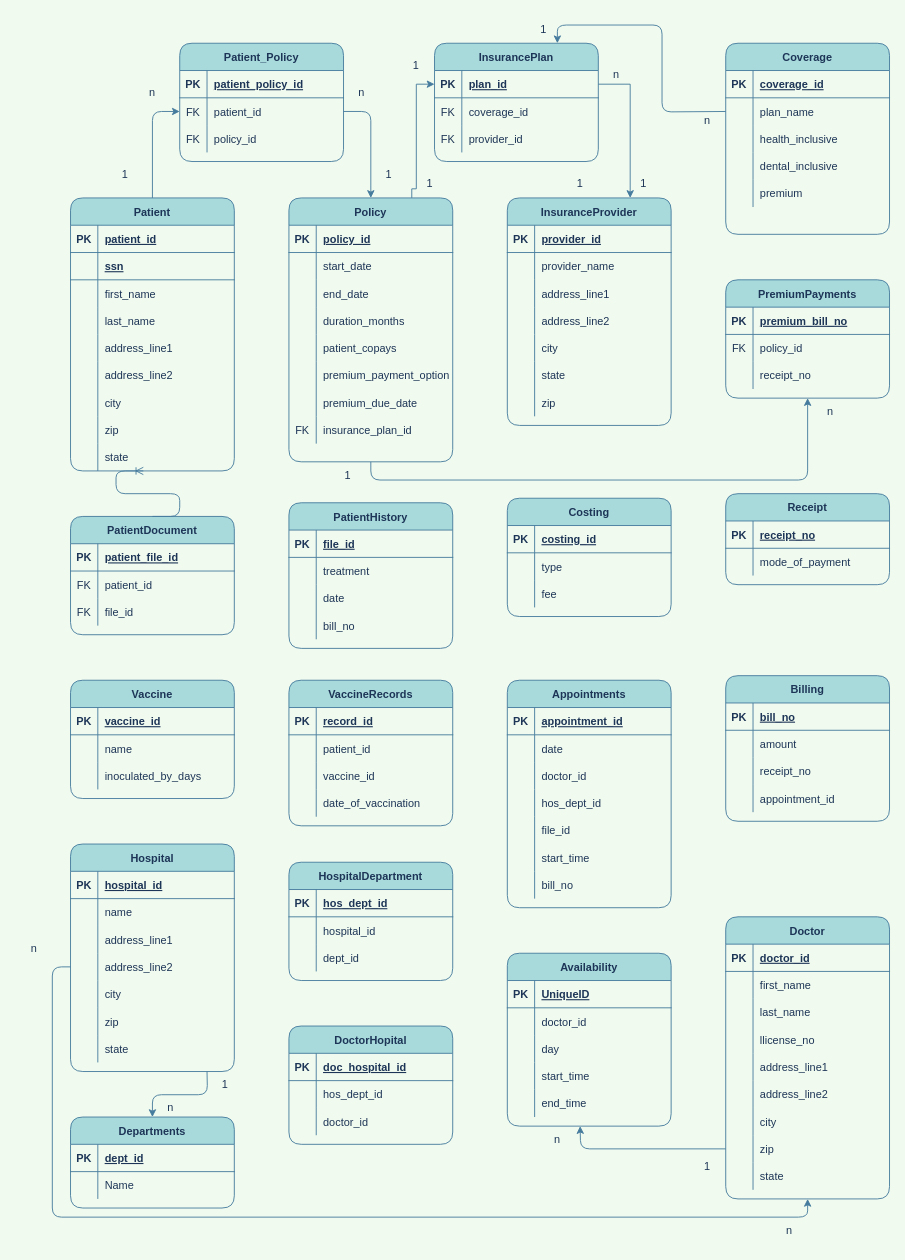
pranotidhabu/java-practice keeps this draw.io diagram as Untitled Diagram.drawio. Above is the earlier version. Source tidied: cells renumbered, new cells numbered last; positions are measured from the earlier drawing's top-left corner, leaving out a move shared by most shapes. Both pictures are drawn from the tidied source at 91%, with x=0, y=0 at pixel (15, 15).
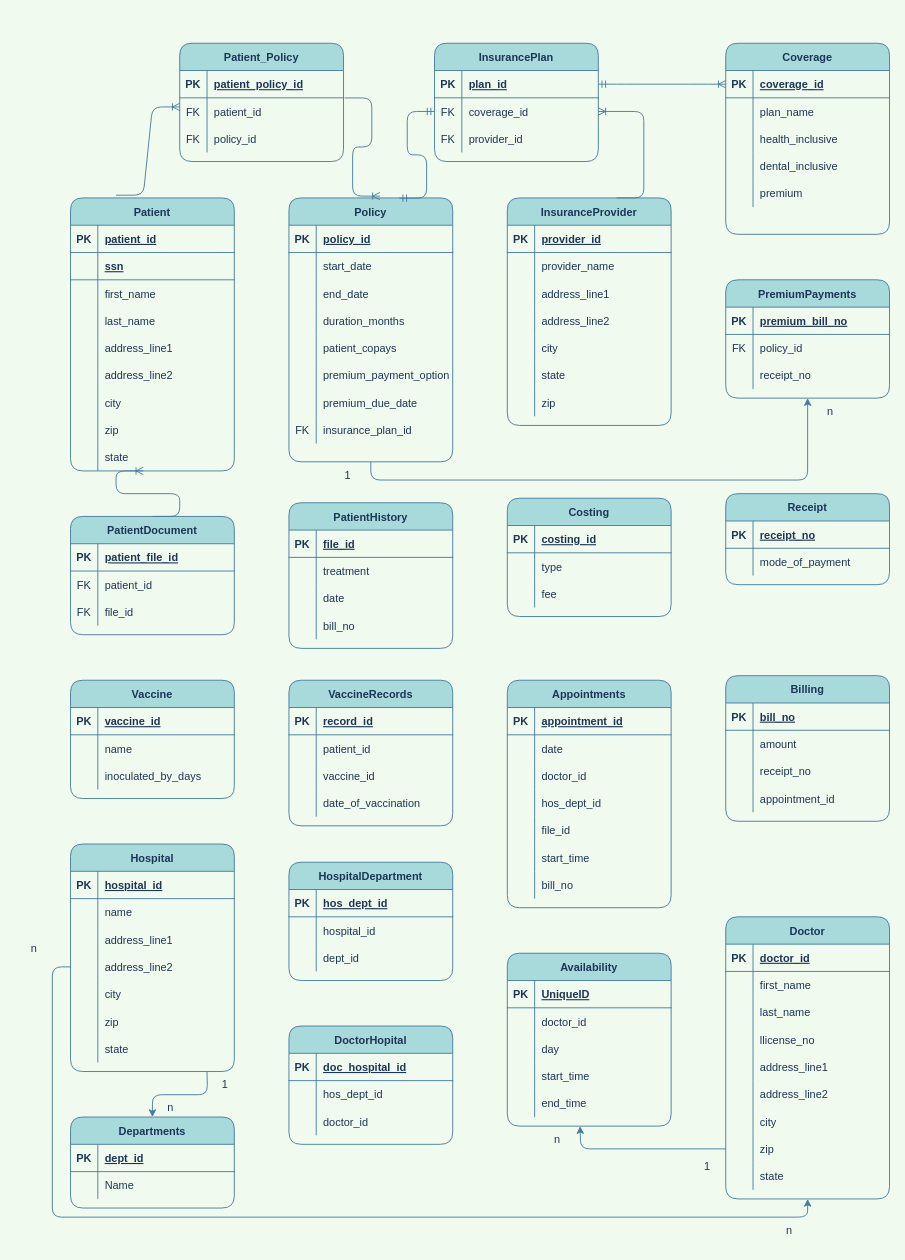
The same page after the edit.

Unchanged cells that the change refers to:
```xml
<mxCell id="3" value="Patient" style="shape=table;startSize=30;childLayout=tableLayout;rowLines=0;fontStyle=1;align=center;fillColor=#A8DADC;strokeColor=#457B9D;fontColor=#1D3557;rounded=1;" parent="1" vertex="1">
  <mxGeometry x="60" y="200" width="180" height="300" as="geometry" />
</mxCell>
<mxCell id="35" style="shape=tableRow;horizontal=0;startSize=0;swimlaneHead=0;swimlaneBody=0;fillColor=none;points=[[0,0.5],[1,0.5]];portConstraint=eastwest;top=0;left=0;right=0;bottom=0;rounded=1;fontColor=#1D3557;strokeColor=#457B9D;" parent="31" vertex="1">
  <mxGeometry y="60" width="180" height="30" as="geometry" />
</mxCell>
<mxCell id="42" value="Policy" style="shape=table;startSize=30;childLayout=tableLayout;rowLines=0;fontStyle=1;align=center;rounded=1;fontColor=#1D3557;strokeColor=#457B9D;fillColor=#A8DADC;" parent="1" vertex="1">
  <mxGeometry x="300" y="200" width="180" height="290" as="geometry" />
</mxCell>
<mxCell id="67" value="InsurancePlan" style="shape=table;startSize=30;childLayout=tableLayout;rowLines=0;fontStyle=1;align=center;rounded=1;fontColor=#1D3557;strokeColor=#457B9D;fillColor=#A8DADC;" parent="1" vertex="1">
  <mxGeometry x="460" y="30" width="180" height="130" as="geometry" />
</mxCell>
<mxCell id="68" style="shape=tableRow;horizontal=0;startSize=0;swimlaneHead=0;swimlaneBody=0;fillColor=none;points=[[0,0.5],[1,0.5]];portConstraint=eastwest;top=0;left=0;right=0;bottom=1;rounded=1;fontColor=#1D3557;strokeColor=#457B9D;" parent="67" vertex="1">
  <mxGeometry y="30" width="180" height="30" as="geometry" />
</mxCell>
<mxCell id="71" style="shape=tableRow;horizontal=0;startSize=0;swimlaneHead=0;swimlaneBody=0;fillColor=none;points=[[0,0.5],[1,0.5]];portConstraint=eastwest;top=0;left=0;right=0;bottom=0;rounded=1;fontColor=#1D3557;strokeColor=#457B9D;" parent="67" vertex="1">
  <mxGeometry y="60" width="180" height="30" as="geometry" />
</mxCell>
<mxCell id="78" style="shape=tableRow;horizontal=0;startSize=0;swimlaneHead=0;swimlaneBody=0;fillColor=none;points=[[0,0.5],[1,0.5]];portConstraint=eastwest;top=0;left=0;right=0;bottom=1;rounded=1;fontColor=#1D3557;strokeColor=#457B9D;" parent="77" vertex="1">
  <mxGeometry y="30" width="180" height="30" as="geometry" />
</mxCell>
<mxCell id="94" value="InsuranceProvider" style="shape=table;startSize=30;childLayout=tableLayout;rowLines=0;fontStyle=1;align=center;rounded=1;fontColor=#1D3557;strokeColor=#457B9D;fillColor=#A8DADC;" parent="1" vertex="1">
  <mxGeometry x="540" y="200" width="180" height="250" as="geometry" />
</mxCell>
```

Change to the diagram source:
```diff
@@
-    <mxCell id="2" style="edgeStyle=orthogonalEdgeStyle;curved=0;rounded=1;jettySize=auto;html=1;exitX=0.5;exitY=0;exitDx=0;exitDy=0;entryX=0;entryY=0.5;entryDx=0;entryDy=0;fontColor=#1D3557;strokeColor=#457B9D;fillColor=#A8DADC;" parent="1" edge="1" source="3" target="35">
-      <mxGeometry relative="1" as="geometry" />
-    </mxCell>
@@
-    <mxCell id="93" style="edgeStyle=orthogonalEdgeStyle;rounded=0;jettySize=auto;html=1;exitX=1;exitY=0.5;exitDx=0;exitDy=0;entryX=0.75;entryY=0;entryDx=0;entryDy=0;labelBackgroundColor=#F1FAEE;strokeColor=#457B9D;fontColor=#1D3557;" parent="1" edge="1" source="68" target="94">
-      <mxGeometry relative="1" as="geometry" />
-    </mxCell>
@@
-    <mxCell id="317" style="edgeStyle=orthogonalEdgeStyle;rounded=0;jettySize=auto;html=1;exitX=0.75;exitY=0;exitDx=0;exitDy=0;entryX=0;entryY=0.5;entryDx=0;entryDy=0;labelBackgroundColor=#F1FAEE;strokeColor=#457B9D;fontColor=#1D3557;" parent="1" edge="1" source="42" target="68">
-      <mxGeometry relative="1" as="geometry">
-        <Array as="points">
-          <mxPoint x="435" y="190" />
-          <mxPoint x="440" y="190" />
-          <mxPoint x="440" y="75" />
-        </Array>
-      </mxGeometry>
-    </mxCell>
-    <mxCell id="318" style="edgeStyle=orthogonalEdgeStyle;curved=0;rounded=1;jettySize=auto;html=1;exitX=1;exitY=1;exitDx=0;exitDy=0;entryX=0.5;entryY=0;entryDx=0;entryDy=0;fontColor=#1D3557;strokeColor=#457B9D;fillColor=#A8DADC;" parent="1" edge="1" source="319" target="94">
-      <mxGeometry relative="1" as="geometry" />
+    <mxCell id="318" style="edgeStyle=orthogonalEdgeStyle;curved=0;rounded=1;jettySize=auto;html=1;exitX=1;exitY=1;exitDx=0;exitDy=0;entryX=0.5;entryY=0;entryDx=0;entryDy=0;fontColor=#1D3557;strokeColor=#457B9D;fillColor=#A8DADC;" parent="1" edge="1" target="94">
+      <mxGeometry relative="1" as="geometry">
+        <mxPoint x="630" y="200" as="sourcePoint" />
+      </mxGeometry>
     </mxCell>
-    <mxCell id="319" value="1" style="text;html=1;strokeColor=none;fillColor=none;align=center;verticalAlign=middle;whiteSpace=wrap;rounded=0;fontColor=#1D3557;" parent="1" vertex="1">
-      <mxGeometry x="610" y="170" width="20" height="30" as="geometry" />
-    </mxCell>
@@
-    <mxCell id="329" value="1" style="text;html=1;strokeColor=none;fillColor=none;align=center;verticalAlign=middle;whiteSpace=wrap;rounded=0;fontColor=#1D3557;" parent="1" vertex="1">
-      <mxGeometry x="100" y="160" width="40" height="30" as="geometry" />
-    </mxCell>
-    <mxCell id="330" value="n" style="text;html=1;strokeColor=none;fillColor=none;align=center;verticalAlign=middle;whiteSpace=wrap;rounded=0;fontColor=#1D3557;" parent="1" vertex="1">
-      <mxGeometry x="130" y="70" width="40" height="30" as="geometry" />
-    </mxCell>
-    <mxCell id="331" style="edgeStyle=orthogonalEdgeStyle;curved=0;rounded=1;jettySize=auto;html=1;exitX=1;exitY=0.5;exitDx=0;exitDy=0;fontColor=#1D3557;strokeColor=#457B9D;fillColor=#A8DADC;" parent="1" edge="1" source="35" target="42">
-      <mxGeometry relative="1" as="geometry" />
-    </mxCell>
-    <mxCell id="332" value="n" style="text;html=1;strokeColor=none;fillColor=none;align=center;verticalAlign=middle;whiteSpace=wrap;rounded=0;fontColor=#1D3557;" parent="1" vertex="1">
-      <mxGeometry x="360" y="70" width="40" height="30" as="geometry" />
-    </mxCell>
-    <mxCell id="333" value="1" style="text;html=1;strokeColor=none;fillColor=none;align=center;verticalAlign=middle;whiteSpace=wrap;rounded=0;fontColor=#1D3557;" parent="1" vertex="1">
-      <mxGeometry x="390" y="160" width="40" height="30" as="geometry" />
-    </mxCell>
-    <mxCell id="334" value="1" style="text;html=1;strokeColor=none;fillColor=none;align=center;verticalAlign=middle;whiteSpace=wrap;rounded=0;fontColor=#1D3557;" parent="1" vertex="1">
-      <mxGeometry x="445" y="170" width="20" height="30" as="geometry" />
-    </mxCell>
-    <mxCell id="335" value="1" style="text;html=1;strokeColor=none;fillColor=none;align=center;verticalAlign=middle;whiteSpace=wrap;rounded=0;fontColor=#1D3557;" parent="1" vertex="1">
-      <mxGeometry x="430" y="40" width="20" height="30" as="geometry" />
-    </mxCell>
-    <mxCell id="336" value="n" style="text;html=1;strokeColor=none;fillColor=none;align=center;verticalAlign=middle;whiteSpace=wrap;rounded=0;fontColor=#1D3557;" parent="1" vertex="1">
-      <mxGeometry x="640" y="50" width="40" height="30" as="geometry" />
-    </mxCell>
-    <mxCell id="337" value="1" style="text;html=1;strokeColor=none;fillColor=none;align=center;verticalAlign=middle;whiteSpace=wrap;rounded=0;fontColor=#1D3557;" parent="1" vertex="1">
-      <mxGeometry x="680" y="170" width="20" height="30" as="geometry" />
-    </mxCell>
-    <mxCell id="338" style="edgeStyle=orthogonalEdgeStyle;curved=0;rounded=1;jettySize=auto;html=1;exitX=0;exitY=0.5;exitDx=0;exitDy=0;entryX=0.75;entryY=0;entryDx=0;entryDy=0;fontColor=#1D3557;strokeColor=#457B9D;fillColor=#A8DADC;" parent="1" edge="1" target="67">
-      <mxGeometry relative="1" as="geometry">
-        <mxPoint x="780" y="105" as="sourcePoint" />
-      </mxGeometry>
-    </mxCell>
-    <mxCell id="339" value="1" style="text;html=1;strokeColor=none;fillColor=none;align=center;verticalAlign=middle;whiteSpace=wrap;rounded=0;fontColor=#1D3557;" parent="1" vertex="1">
-      <mxGeometry x="570" width="20" height="30" as="geometry" />
-    </mxCell>
-    <mxCell id="340" value="n" style="text;html=1;strokeColor=none;fillColor=none;align=center;verticalAlign=middle;whiteSpace=wrap;rounded=0;fontColor=#1D3557;" parent="1" vertex="1">
-      <mxGeometry x="740" y="100" width="40" height="30" as="geometry" />
-    </mxCell>
@@
+    <mxCell id="344" style="edgeStyle=entityRelationEdgeStyle;fontSize=12;html=1;endArrow=ERoneToMany;rounded=1;fontColor=#1D3557;strokeColor=#457B9D;fillColor=#A8DADC;curved=0;" parent="1" edge="1">
+      <mxGeometry relative="1" as="geometry">
+        <mxPoint x="110" y="197" as="sourcePoint" />
+        <mxPoint x="180" y="100" as="targetPoint" />
+      </mxGeometry>
+    </mxCell>
+    <mxCell id="345" style="edgeStyle=entityRelationEdgeStyle;fontSize=12;html=1;endArrow=ERoneToMany;rounded=1;fontColor=#1D3557;strokeColor=#457B9D;fillColor=#A8DADC;curved=0;exitX=1.006;exitY=0.004;exitDx=0;exitDy=0;exitPerimeter=0;" parent="1" edge="1" source="35">
+      <mxGeometry relative="1" as="geometry">
+        <mxPoint x="400" y="198" as="targetPoint" />
+      </mxGeometry>
+    </mxCell>
+    <mxCell id="346" style="edgeStyle=entityRelationEdgeStyle;fontSize=12;html=1;endArrow=ERmandOne;startArrow=ERmandOne;rounded=1;fontColor=#1D3557;strokeColor=#457B9D;fillColor=#A8DADC;curved=0;entryX=0;entryY=0.5;entryDx=0;entryDy=0;exitX=0.674;exitY=0.001;exitDx=0;exitDy=0;exitPerimeter=0;" parent="1" edge="1" source="42" target="71">
+      <mxGeometry relative="1" as="geometry" />
+    </mxCell>
+    <mxCell id="347" style="edgeStyle=entityRelationEdgeStyle;fontSize=12;html=1;endArrow=ERoneToMany;rounded=1;fontColor=#1D3557;strokeColor=#457B9D;fillColor=#A8DADC;curved=0;entryX=1;entryY=0.5;entryDx=0;entryDy=0;" parent="1" edge="1" target="71">
+      <mxGeometry relative="1" as="geometry">
+        <mxPoint x="660" y="200" as="sourcePoint" />
+      </mxGeometry>
+    </mxCell>
+    <mxCell id="348" style="edgeStyle=entityRelationEdgeStyle;fontSize=12;html=1;endArrow=ERoneToMany;startArrow=ERmandOne;rounded=1;fontColor=#1D3557;strokeColor=#457B9D;fillColor=#A8DADC;curved=0;exitX=1;exitY=0.5;exitDx=0;exitDy=0;entryX=0;entryY=0.5;entryDx=0;entryDy=0;" parent="1" edge="1" source="68" target="78">
+      <mxGeometry relative="1" as="geometry" />
+    </mxCell>
```
